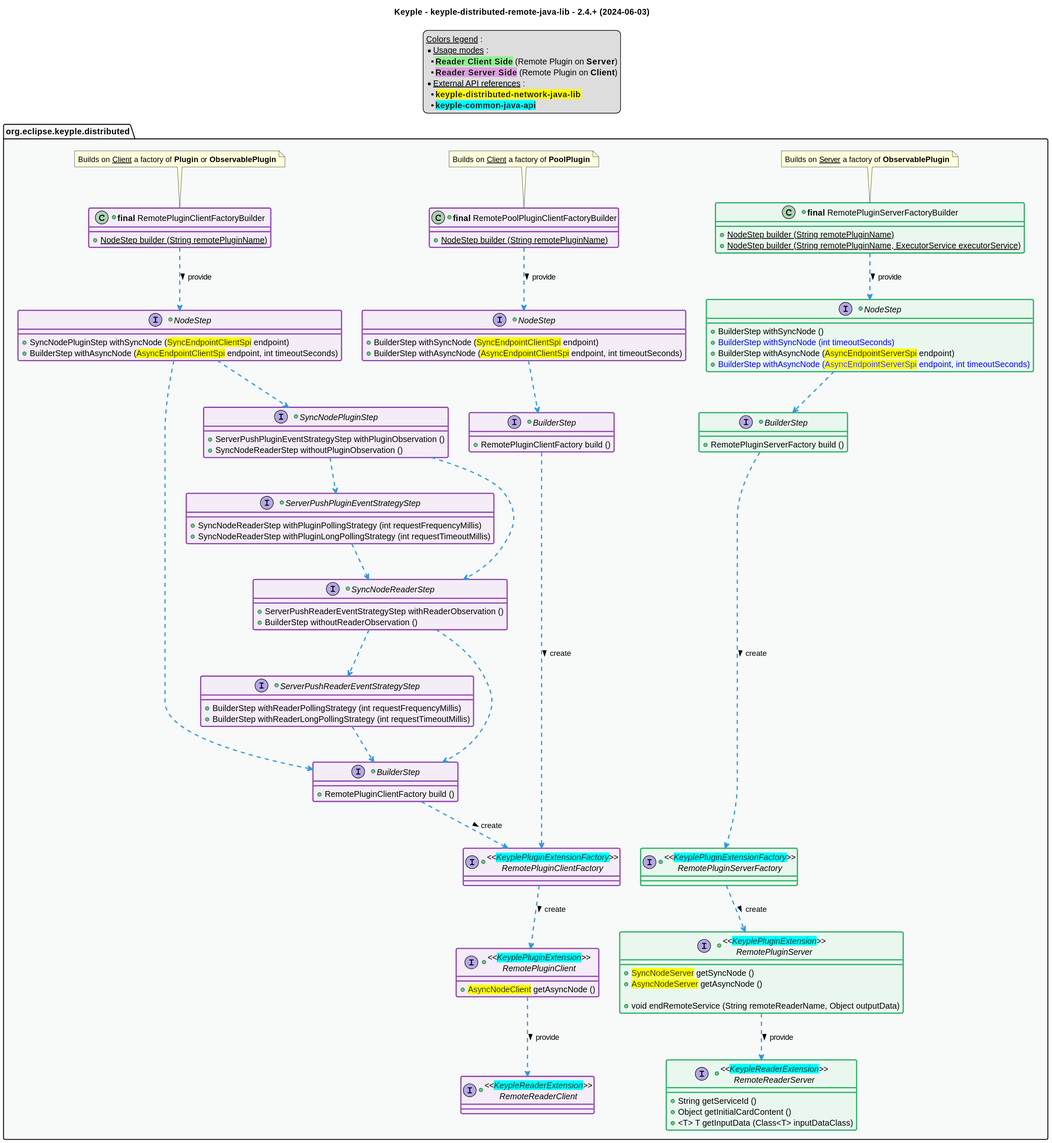
eclipse-keyple/keyple-distributed-remote-java-lib keeps this PlantUML diagram as src/main/uml/api_class_diagram.svg. Above is the earlier version.
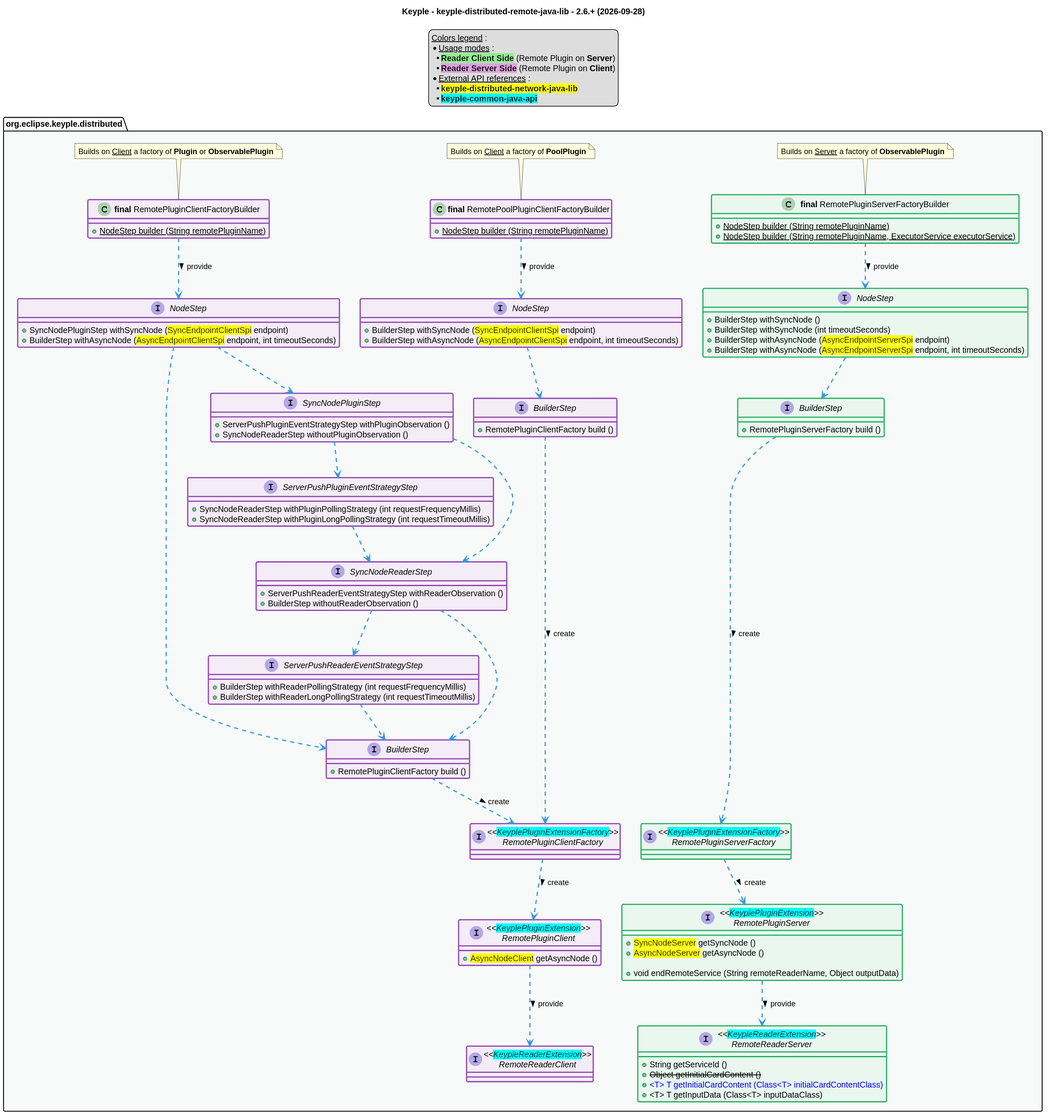
Above is the later version.

The edit, as a diff of the source:
```diff
@@ -1,6 +1,6 @@
 @startuml
 title
-    Keyple - keyple-distributed-remote-java-lib - 2.4.+ (2024-06-03)
+    Keyple - keyple-distributed-remote-java-lib - 2.6.+ (2026-09-28)
 end title
 
 
@@ -60,7 +60,8 @@
     }
     +interface "<<<back:cyan>KeypleReaderExtension</back>>>\nRemoteReaderServer" as RemoteReaderServer {
         +String getServiceId ()
-        +Object getInitialCardContent ()
+        +<s>Object getInitialCardContent ()
+        +<color:blue><T> T getInitialCardContent (Class<T> initialCardContentClass)
         +<T> T getInputData (Class<T> inputDataClass)
     }
     +interface "<<<back:cyan>KeyplePluginExtension</back>>>\nRemotePluginClient" as RemotePluginClient {
@@ -84,9 +85,9 @@
         note top: Builds on __Server__ a factory of **ObservablePlugin**
         +interface "NodeStep" as RemotePluginServerFactoryNodeStep {
             + BuilderStep withSyncNode ()
-            + <color:blue>BuilderStep withSyncNode (int timeoutSeconds)
+            + BuilderStep withSyncNode (int timeoutSeconds)
             + BuilderStep withAsyncNode (<back:yellow>AsyncEndpointServerSpi</back> endpoint)
-            + <color:blue>BuilderStep withAsyncNode (<back:yellow>AsyncEndpointServerSpi</back> endpoint, int timeoutSeconds)
+            + BuilderStep withAsyncNode (<back:yellow>AsyncEndpointServerSpi</back> endpoint, int timeoutSeconds)
         }
         +interface "BuilderStep" as RemotePluginServerFactoryBuilderStep {
             + RemotePluginServerFactory build ()
```
